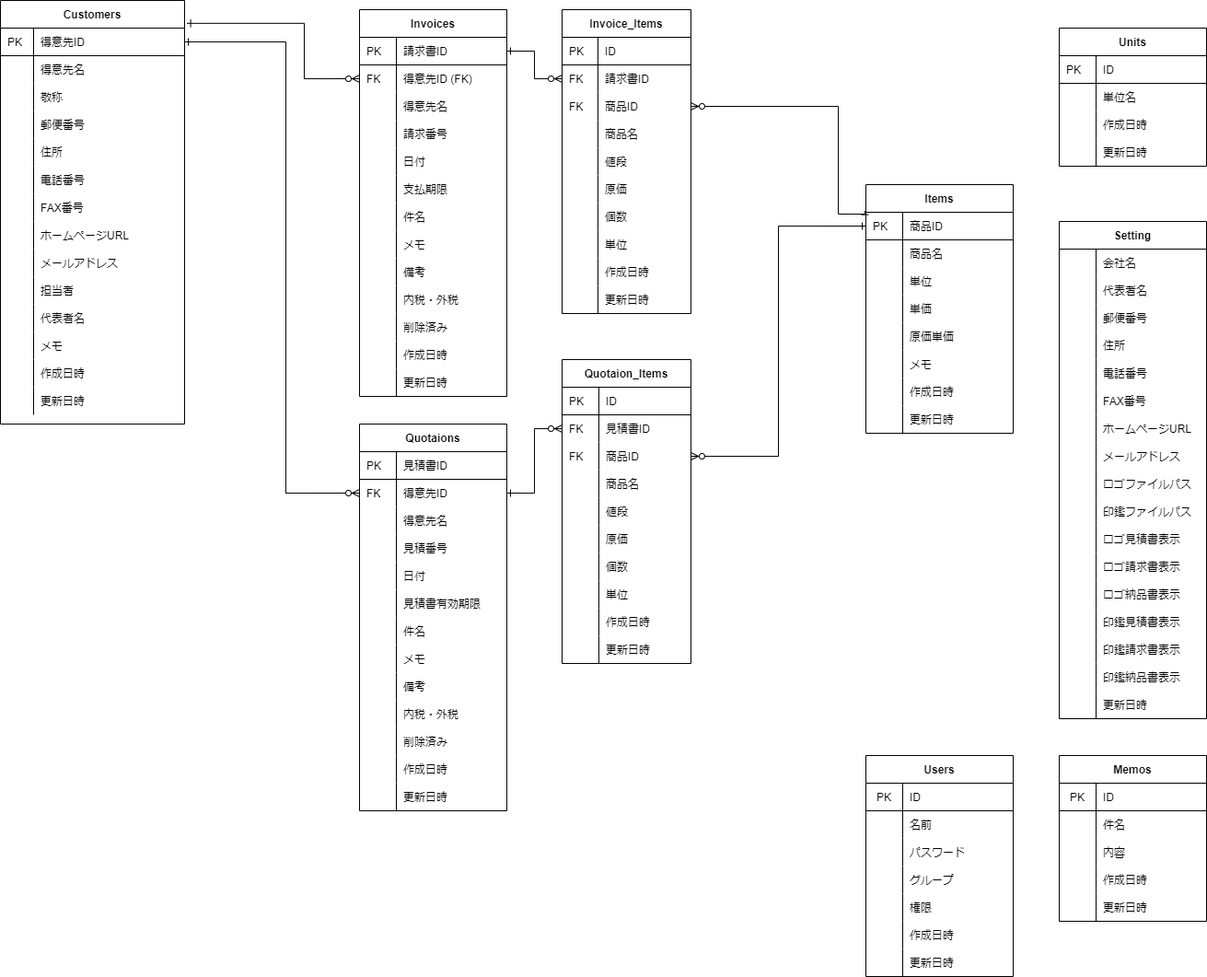
The draw.io diagram soho_er.png in gamasenninn/caddie-clone, before a commit. Source tidied: cells renumbered, new cells last; positions are measured from the earlier drawing's top-left corner, leaving out a move shared by most shapes.
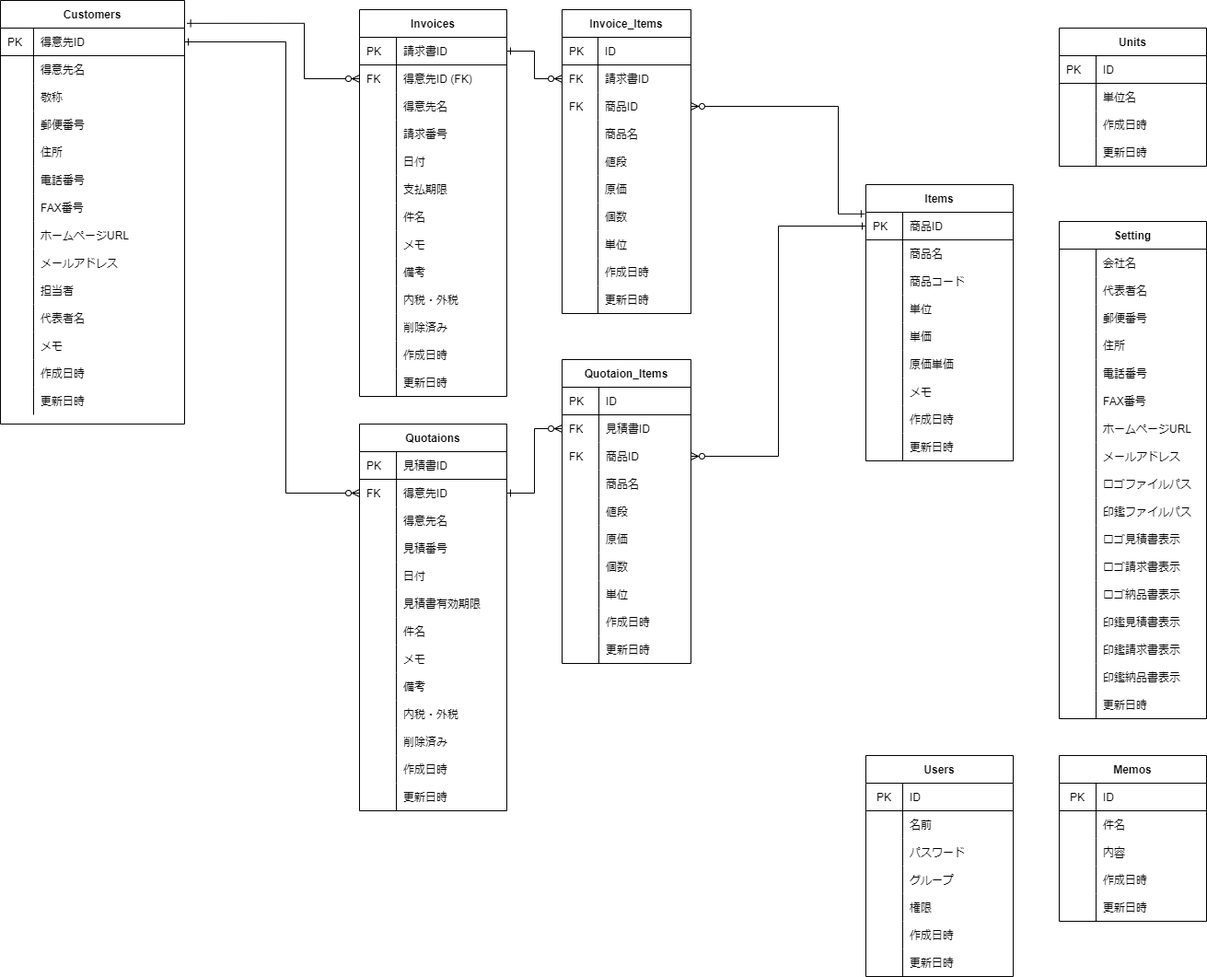
The same file after the commit.

Diff of the diagram source:
```diff
@@ -132,7 +132,7 @@
       <mxGeometry x="36" width="164" height="30" as="geometry" />
     </mxCell>
     <mxCell id="45" value="Items" style="shape=table;startSize=30;rowLines=0;fontStyle=1;align=center;" parent="1" vertex="1">
-      <mxGeometry x="940" y="200" width="160" height="270" as="geometry" />
+      <mxGeometry x="940" y="200" width="160" height="300" as="geometry" />
     </mxCell>
     <mxCell id="46" style="shape=partialRectangle;html=1;whiteSpace=wrap;fillColor=none;top=0;left=0;bottom=1;right=0;points=[[0,0.5],[1,0.5]];portConstraint=eastwest;" parent="45" vertex="1">
       <mxGeometry y="30" width="160" height="30" as="geometry" />
@@ -152,8 +152,17 @@
     <mxCell id="51" value="商品名" style="shape=partialRectangle;html=1;whiteSpace=wrap;fillColor=none;top=0;left=0;bottom=0;right=0;align=left;spacingLeft=6;overflow=hidden;" parent="49" vertex="1">
       <mxGeometry x="40" width="120" height="30" as="geometry" />
     </mxCell>
+    <mxCell id="321" style="shape=partialRectangle;html=1;whiteSpace=wrap;fillColor=none;top=0;left=0;bottom=0;right=0;" parent="45" vertex="1">
+      <mxGeometry y="90" width="160" height="30" as="geometry" />
+    </mxCell>
+    <mxCell id="322" style="shape=partialRectangle;html=1;whiteSpace=wrap;fillColor=none;top=0;left=0;bottom=0;right=0;align=left;spacingLeft=6;overflow=hidden;" parent="321" vertex="1">
+      <mxGeometry width="40" height="30" as="geometry" />
+    </mxCell>
+    <mxCell id="323" value="商品コード" style="shape=partialRectangle;html=1;whiteSpace=wrap;fillColor=none;top=0;left=0;bottom=0;right=0;align=left;spacingLeft=6;overflow=hidden;" parent="321" vertex="1">
+      <mxGeometry x="40" width="120" height="30" as="geometry" />
+    </mxCell>
     <mxCell id="52" style="shape=partialRectangle;html=1;whiteSpace=wrap;fillColor=none;top=0;left=0;bottom=0;right=0;" parent="45" vertex="1">
-      <mxGeometry y="90" width="160" height="30" as="geometry" />
+      <mxGeometry y="120" width="160" height="30" as="geometry" />
     </mxCell>
     <mxCell id="53" style="shape=partialRectangle;html=1;whiteSpace=wrap;fillColor=none;top=0;left=0;bottom=0;right=0;align=left;spacingLeft=6;overflow=hidden;" parent="52" vertex="1">
       <mxGeometry width="40" height="30" as="geometry" />
@@ -162,7 +171,7 @@
       <mxGeometry x="40" width="120" height="30" as="geometry" />
     </mxCell>
     <mxCell id="55" style="shape=partialRectangle;html=1;whiteSpace=wrap;fillColor=none;top=0;left=0;bottom=0;right=0;" parent="45" vertex="1">
-      <mxGeometry y="120" width="160" height="30" as="geometry" />
+      <mxGeometry y="150" width="160" height="30" as="geometry" />
     </mxCell>
     <mxCell id="56" style="shape=partialRectangle;html=1;whiteSpace=wrap;fillColor=none;top=0;left=0;bottom=0;right=0;align=left;spacingLeft=6;overflow=hidden;" parent="55" vertex="1">
       <mxGeometry width="40" height="30" as="geometry" />
@@ -171,7 +180,7 @@
       <mxGeometry x="40" width="120" height="30" as="geometry" />
     </mxCell>
     <mxCell id="58" style="shape=partialRectangle;html=1;whiteSpace=wrap;fillColor=none;top=0;left=0;bottom=0;right=0;" parent="45" vertex="1">
-      <mxGeometry y="150" width="160" height="30" as="geometry" />
+      <mxGeometry y="180" width="160" height="30" as="geometry" />
     </mxCell>
     <mxCell id="59" style="shape=partialRectangle;html=1;whiteSpace=wrap;fillColor=none;top=0;left=0;bottom=0;right=0;align=left;spacingLeft=6;overflow=hidden;" parent="58" vertex="1">
       <mxGeometry width="40" height="30" as="geometry" />
@@ -180,7 +189,7 @@
       <mxGeometry x="40" width="120" height="30" as="geometry" />
     </mxCell>
     <mxCell id="61" style="shape=partialRectangle;html=1;whiteSpace=wrap;fillColor=none;top=0;left=0;bottom=0;right=0;" parent="45" vertex="1">
-      <mxGeometry y="180" width="160" height="30" as="geometry" />
+      <mxGeometry y="210" width="160" height="30" as="geometry" />
     </mxCell>
     <mxCell id="62" style="shape=partialRectangle;html=1;whiteSpace=wrap;fillColor=none;top=0;left=0;bottom=0;right=0;align=left;spacingLeft=6;overflow=hidden;" parent="61" vertex="1">
       <mxGeometry width="40" height="30" as="geometry" />
@@ -189,7 +198,7 @@
       <mxGeometry x="40" width="120" height="30" as="geometry" />
     </mxCell>
     <mxCell id="64" style="shape=partialRectangle;html=1;whiteSpace=wrap;fillColor=none;top=0;left=0;bottom=0;right=0;" parent="45" vertex="1">
-      <mxGeometry y="210" width="160" height="30" as="geometry" />
+      <mxGeometry y="240" width="160" height="30" as="geometry" />
     </mxCell>
     <mxCell id="65" style="shape=partialRectangle;html=1;whiteSpace=wrap;fillColor=none;top=0;left=0;bottom=0;right=0;align=left;spacingLeft=6;overflow=hidden;" parent="64" vertex="1">
       <mxGeometry width="40" height="30" as="geometry" />
@@ -198,7 +207,7 @@
       <mxGeometry x="40" width="120" height="30" as="geometry" />
     </mxCell>
     <mxCell id="67" style="shape=partialRectangle;html=1;whiteSpace=wrap;fillColor=none;top=0;left=0;bottom=0;right=0;" parent="45" vertex="1">
-      <mxGeometry y="240" width="160" height="30" as="geometry" />
+      <mxGeometry y="270" width="160" height="30" as="geometry" />
     </mxCell>
     <mxCell id="68" style="shape=partialRectangle;html=1;whiteSpace=wrap;fillColor=none;top=0;left=0;bottom=0;right=0;align=left;spacingLeft=6;overflow=hidden;" parent="67" vertex="1">
       <mxGeometry width="40" height="30" as="geometry" />
```
